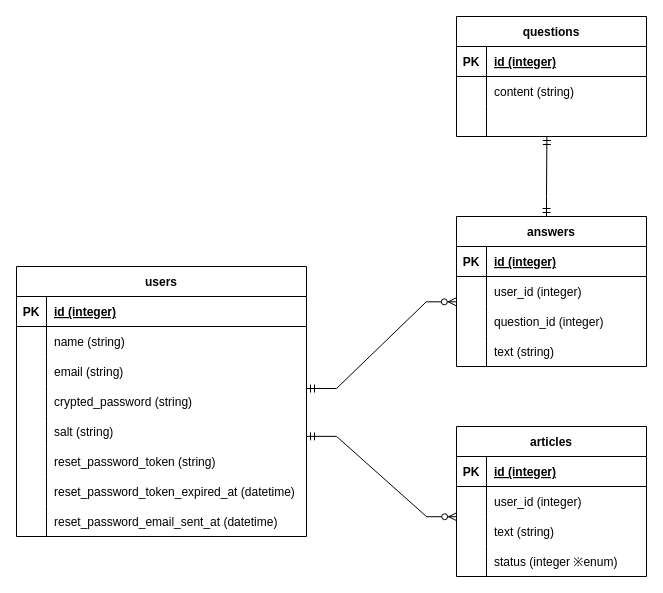
rina006/output_your_feelings keeps this draw.io diagram as er.drawio. Above is the earlier version. Source tidied: cells renumbered, new cells numbered last; positions are measured from the earlier drawing's top-left corner, leaving out a move shared by most shapes. Both pictures are drawn from the tidied source at 100%, with x=0, y=0 at pixel (16, 16).
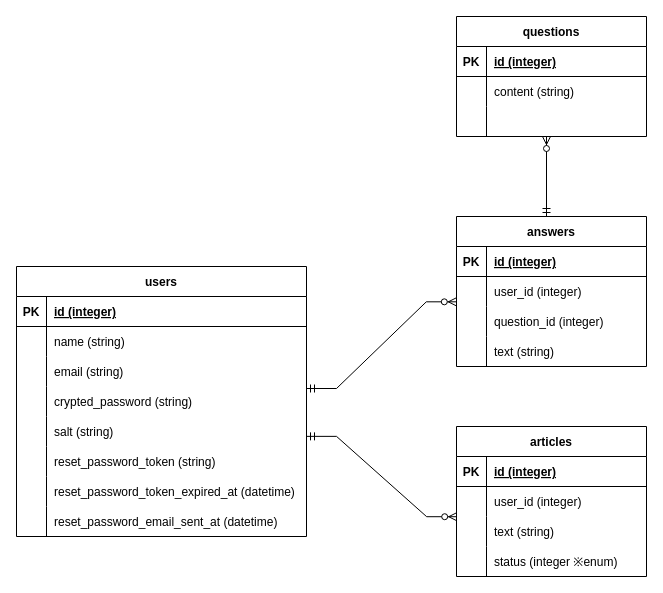
The same diagram, later.

Commit message (it also covers changes not shown here):
Fix: リレーションシップの修正

The edit, as a diff of the source:
```diff
@@
-    <mxCell id="65" style="fontSize=12;html=1;endArrow=ERmandOne;startArrow=ERmandOne;rounded=0;" parent="1" edge="1">
-      <mxGeometry relative="1" as="geometry">
-        <mxPoint x="530" y="200" as="sourcePoint" />
-        <mxPoint x="530.4" y="120" as="targetPoint" />
-        <Array as="points">
-          <mxPoint x="530" y="180" />
-        </Array>
-      </mxGeometry>
-    </mxCell>
+    <mxCell id="66" style="fontSize=12;html=1;endArrow=ERzeroToMany;startArrow=ERmandOne;rounded=0;" parent="1" edge="1">
+      <mxGeometry relative="1" as="geometry">
+        <mxPoint x="530" y="200" as="sourcePoint" />
+        <mxPoint x="530" y="120" as="targetPoint" />
+      </mxGeometry>
+    </mxCell>
```
